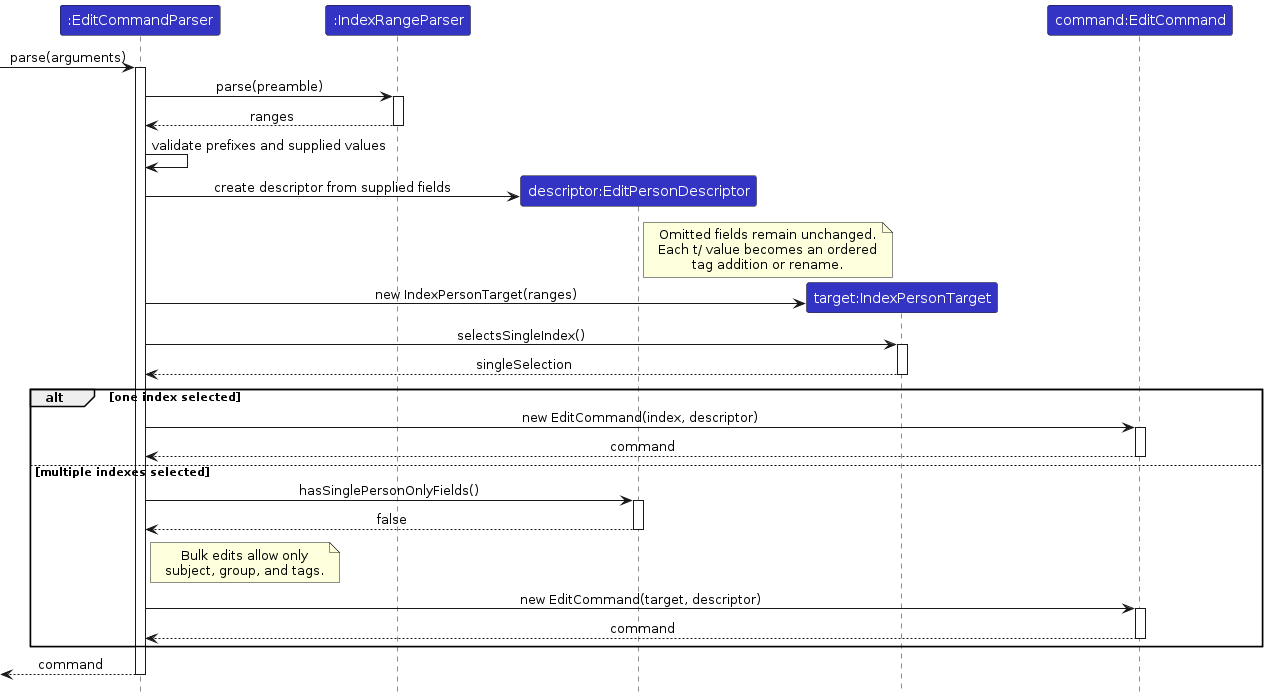
This is diagrams/tracing/LogicSequenceDiagram.png from AY2627S1-CS2103T-T11-2/tp, a PlantUML export, as it was before one commit. Its source is kept beside it as diagrams/tracing/LogicSequenceDiagram.puml.
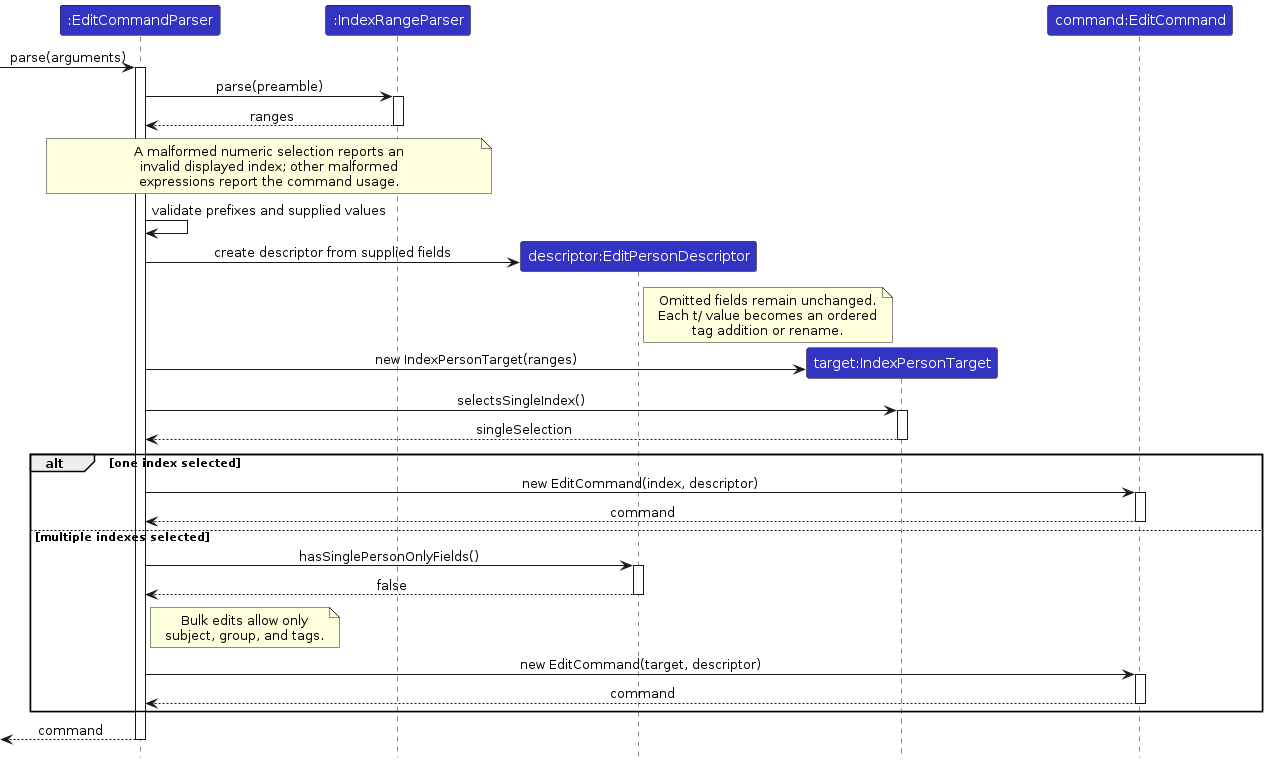
Later version of the same file.

Change to the diagram source:
```diff
@@ -12,6 +12,11 @@
 [-> ecp ++: parse(arguments)
 ecp -> irp ++: parse(preamble)
 irp --> ecp --: ranges
+note over ecp, irp
+  A malformed numeric selection reports an
+  invalid displayed index; other malformed
+  expressions report the command usage.
+end note
 ecp -> ecp : validate prefixes and supplied values
 
 create descriptor
```
